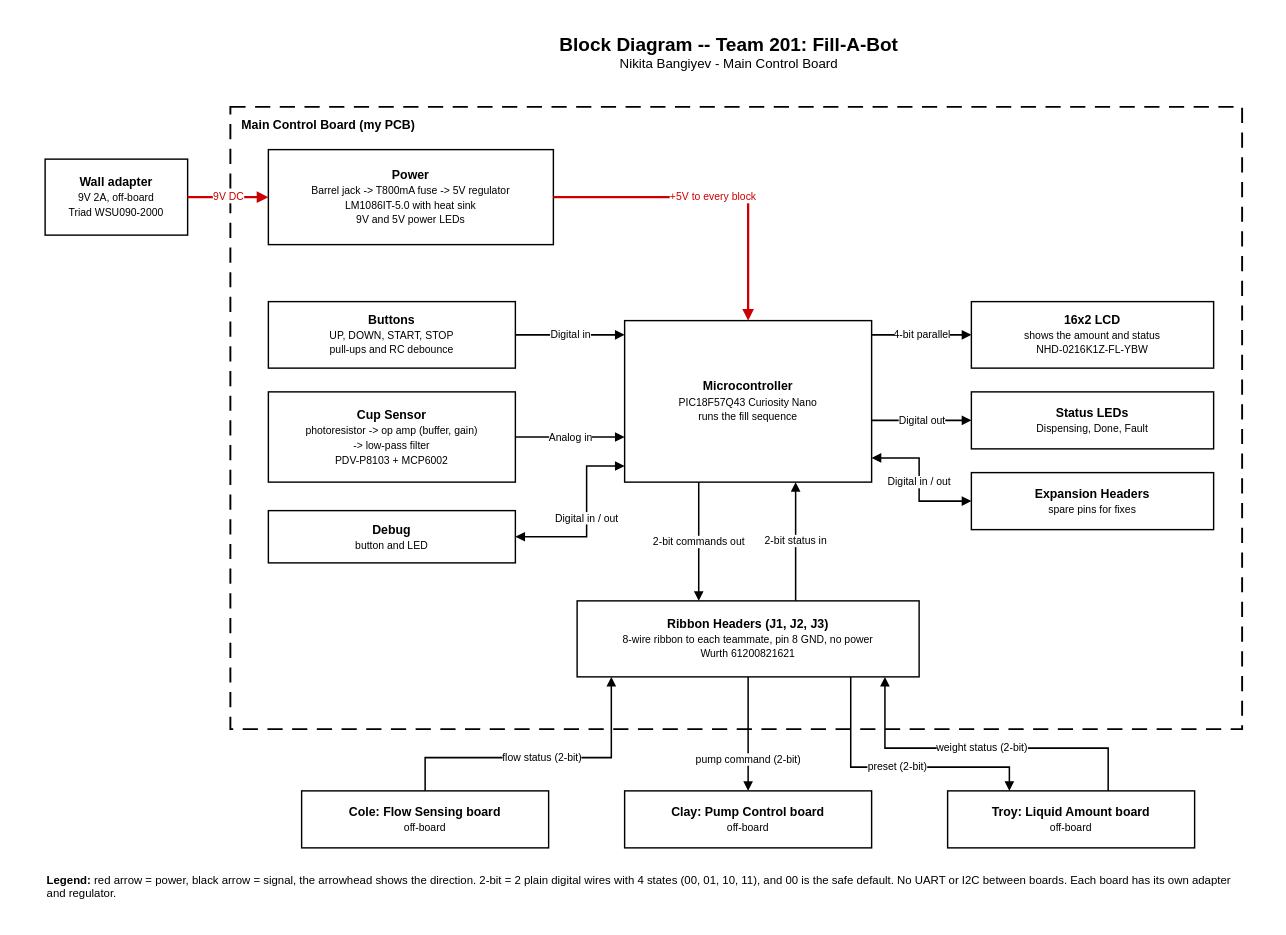
The draw.io diagram docs/01-Block-Diagram/nikita-block-diagram.drawio in NikitaBang/NikitaBang_EGR304_F26.github.io, before the edit. Source tidied: cells renumbered, new cells numbered last; positions are measured from the earlier drawing's top-left corner, leaving out a move shared by most shapes. Both pictures are drawn from the tidied source at 95%, with x=0, y=0 at pixel (16, 16).
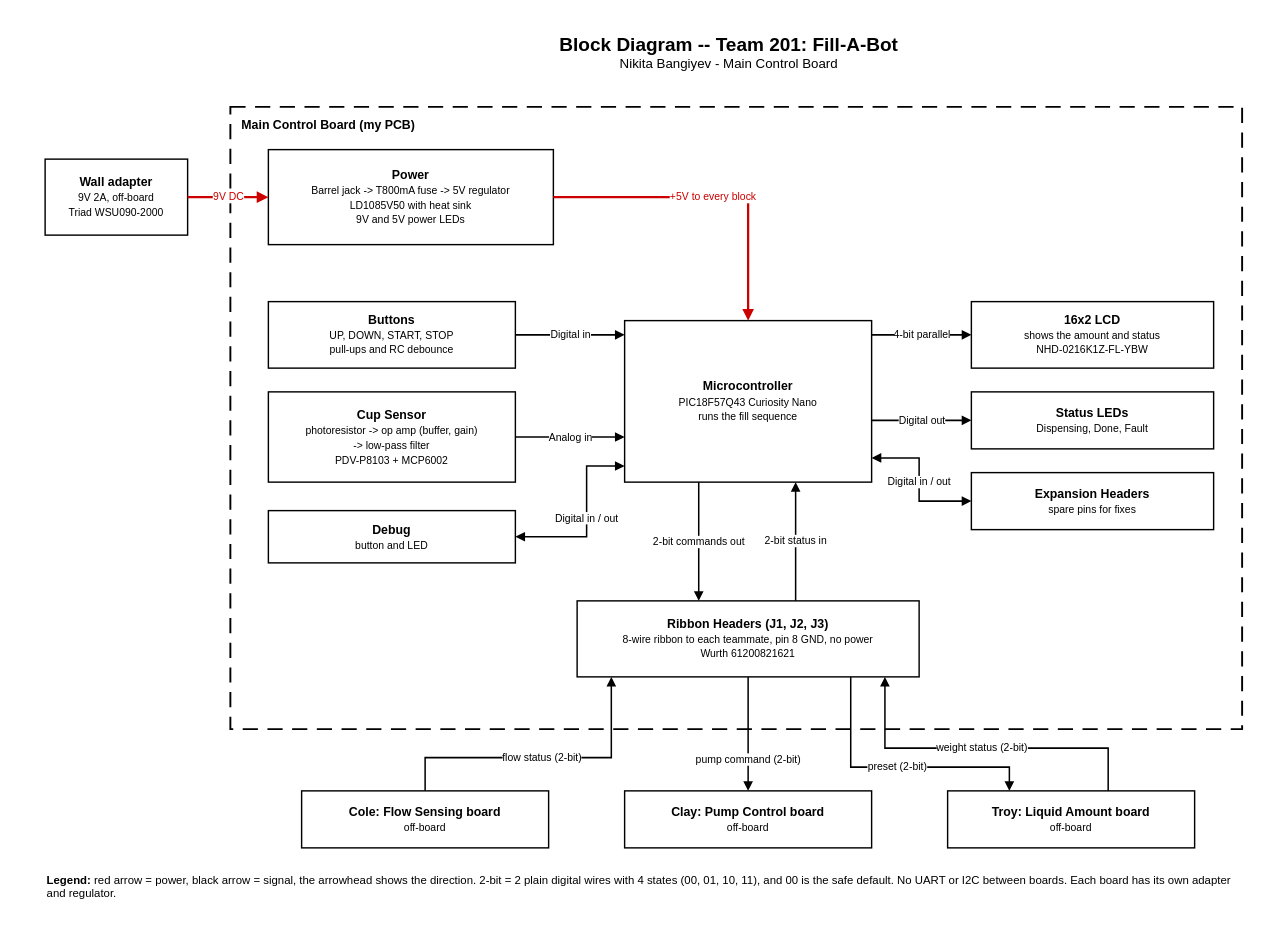
The same page after the edit.

Commit message (it also covers changes not shown here):
Rev 5 block diagram: LD1085V50 regulator

Diff of the diagram source:
```diff
@@
-    <mxCell id="7" value="&lt;b&gt;Power&lt;/b&gt;&lt;br&gt;&lt;span style='font-size:11px'&gt;Barrel jack -&gt; T800mA fuse -&gt; 5V regulator&lt;br&gt;LM1086IT-5.0 with heat sink&lt;br&gt;9V and 5V power LEDs&lt;/span&gt;" style="rounded=0;whiteSpace=wrap;html=1;strokeColor=default;fillColor=default;strokeWidth=1.5;fontSize=13;fontFamily=Helvetica;fontColor=default;" parent="1" vertex="1">
+    <mxCell id="7" value="&lt;b&gt;Power&lt;/b&gt;&lt;br&gt;&lt;span style='font-size:11px'&gt;Barrel jack -&gt; T800mA fuse -&gt; 5V regulator&lt;br&gt;LD1085V50 with heat sink&lt;br&gt;9V and 5V power LEDs&lt;/span&gt;" style="rounded=0;whiteSpace=wrap;html=1;strokeColor=default;fillColor=default;strokeWidth=1.5;fontSize=13;fontFamily=Helvetica;fontColor=default;" parent="1" vertex="1">
       <mxGeometry x="265" y="140" width="300" height="100" as="geometry" />
     </mxCell>
```
